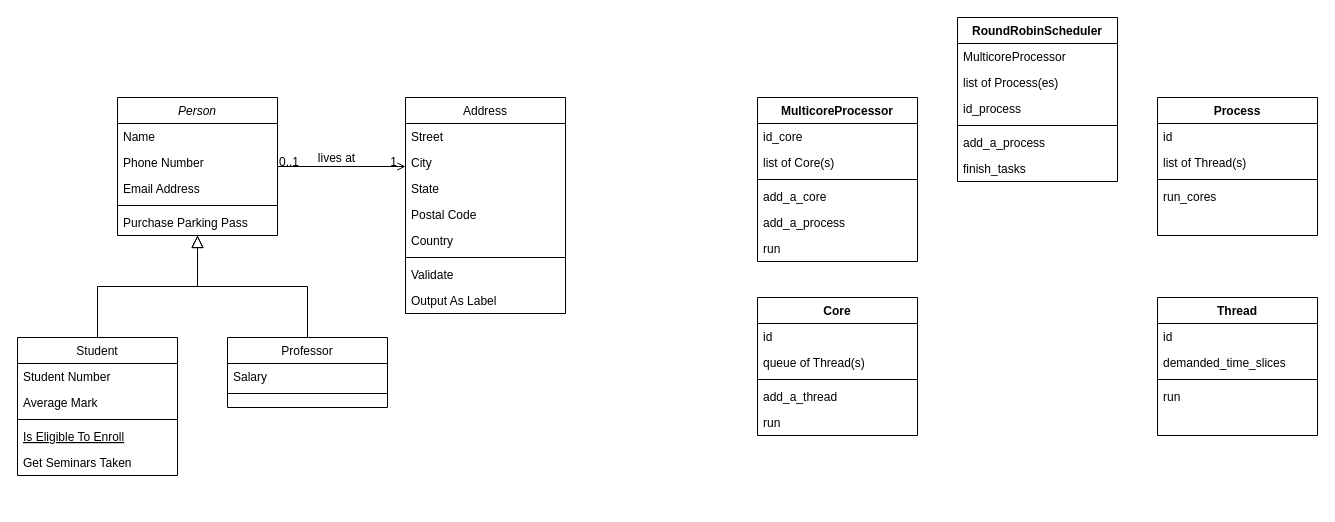
Mehrab-Farhadzadeh/AP keeps this draw.io diagram as computer_assignments/APS98-A4/APS98-A4.drawio. Above is the earlier version. Source tidied: cells renumbered, new cells numbered last; positions are measured from the earlier drawing's top-left corner, leaving out a move shared by most shapes. Both pictures are drawn from the tidied source at 100%, with x=0, y=0 at pixel (17, 17).
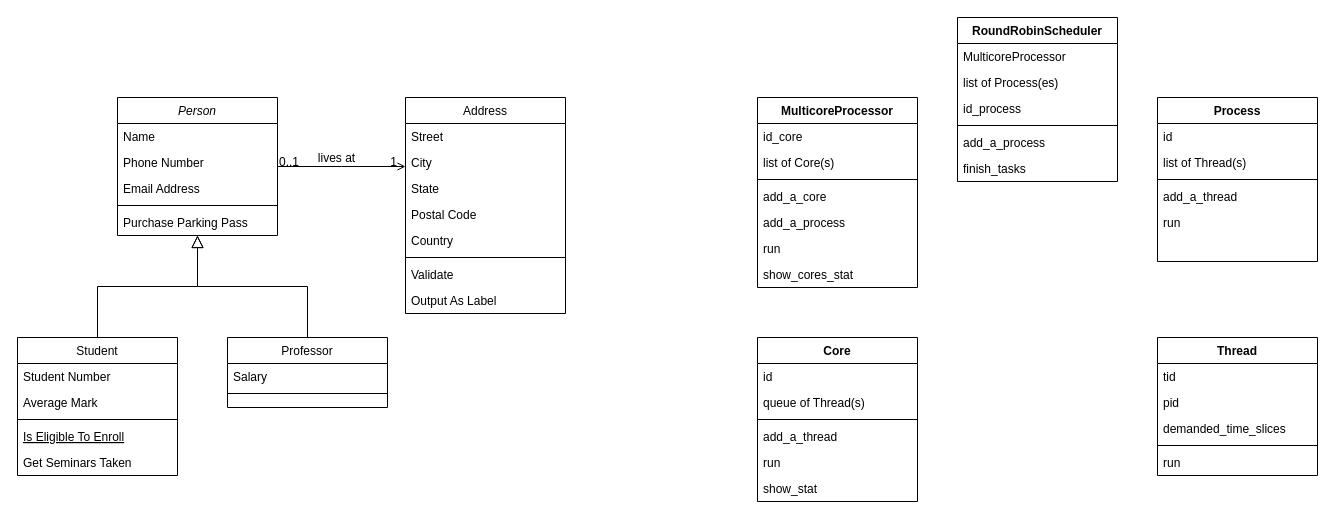
The same page after the edit.

Commit message:
Compare theory with practice :)

What changed in the source:
```diff
@@
     <mxCell id="2" value="Process" style="swimlane;fontStyle=1;align=center;verticalAlign=top;horizontal=1;startSize=26;rounded=0;shadow=0;strokeWidth=1;" parent="1" vertex="1">
-      <mxGeometry x="1140" y="80" width="160" height="138" as="geometry" />
+      <mxGeometry x="1140" y="80" width="160" height="164" as="geometry" />
     </mxCell>
@@
+    <mxCell id="62" value="add_a_thread" style="text;align=left;verticalAlign=top;spacingLeft=4;spacingRight=4;overflow=hidden;" parent="2" vertex="1">
+      <mxGeometry y="86" width="160" height="26" as="geometry" />
+    </mxCell>
-    <mxCell id="6" value="run_cores" style="text;align=left;verticalAlign=top;spacingLeft=4;spacingRight=4;overflow=hidden;" parent="2" vertex="1">
-      <mxGeometry y="86" width="160" height="26" as="geometry" />
+    <mxCell id="6" value="run" style="text;align=left;verticalAlign=top;spacingLeft=4;spacingRight=4;overflow=hidden;" parent="2" vertex="1">
+      <mxGeometry y="112" width="160" height="26" as="geometry" />
     </mxCell>
     <mxCell id="7" value="Thread" style="swimlane;fontStyle=1;align=center;verticalAlign=top;horizontal=1;startSize=26;rounded=0;shadow=0;strokeWidth=1;" parent="1" vertex="1">
-      <mxGeometry x="1140" y="280" width="160" height="138" as="geometry" />
+      <mxGeometry x="1140" y="320" width="160" height="138" as="geometry" />
     </mxCell>
+    <mxCell id="63" value="tid" style="text;align=left;verticalAlign=top;spacingLeft=4;spacingRight=4;overflow=hidden;" parent="7" vertex="1">
+      <mxGeometry y="26" width="160" height="26" as="geometry" />
+    </mxCell>
-    <mxCell id="8" value="id" style="text;align=left;verticalAlign=top;spacingLeft=4;spacingRight=4;overflow=hidden;" parent="7" vertex="1">
-      <mxGeometry y="26" width="160" height="26" as="geometry" />
+    <mxCell id="8" value="pid" style="text;align=left;verticalAlign=top;spacingLeft=4;spacingRight=4;overflow=hidden;" parent="7" vertex="1">
+      <mxGeometry y="52" width="160" height="26" as="geometry" />
     </mxCell>
     <mxCell id="9" value="demanded_time_slices" style="text;align=left;verticalAlign=top;spacingLeft=4;spacingRight=4;overflow=hidden;" parent="7" vertex="1">
-      <mxGeometry y="52" width="160" height="26" as="geometry" />
+      <mxGeometry y="78" width="160" height="26" as="geometry" />
     </mxCell>
     <mxCell id="10" style="line;html=1;strokeWidth=1;align=left;verticalAlign=middle;spacingTop=-1;spacingLeft=3;spacingRight=3;labelPosition=right;" parent="7" vertex="1">
-      <mxGeometry y="78" width="160" height="8" as="geometry" />
+      <mxGeometry y="104" width="160" height="8" as="geometry" />
     </mxCell>
     <mxCell id="11" value="run" style="text;align=left;verticalAlign=top;spacingLeft=4;spacingRight=4;overflow=hidden;" parent="7" vertex="1">
-      <mxGeometry y="86" width="160" height="26" as="geometry" />
+      <mxGeometry y="112" width="160" height="26" as="geometry" />
     </mxCell>
     <mxCell id="12" value="Core" style="swimlane;fontStyle=1;align=center;verticalAlign=top;horizontal=1;startSize=26;rounded=0;shadow=0;strokeWidth=1;" parent="1" vertex="1">
-      <mxGeometry x="740" y="280" width="160" height="138" as="geometry" />
+      <mxGeometry x="740" y="320" width="160" height="164" as="geometry" />
     </mxCell>
@@
+    <mxCell id="64" value="show_stat" style="text;align=left;verticalAlign=top;spacingLeft=4;spacingRight=4;overflow=hidden;" parent="12" vertex="1">
+      <mxGeometry y="138" width="160" height="26" as="geometry" />
+    </mxCell>
     <mxCell id="18" value="MulticoreProcessor" style="swimlane;fontStyle=1;align=center;verticalAlign=top;horizontal=1;startSize=26;rounded=0;shadow=0;strokeWidth=1;" parent="1" vertex="1">
-      <mxGeometry x="740" y="80" width="160" height="164" as="geometry" />
+      <mxGeometry x="740" y="80" width="160" height="190" as="geometry" />
     </mxCell>
@@
+    <mxCell id="65" value="show_cores_stat" style="text;align=left;verticalAlign=top;spacingLeft=4;spacingRight=4;overflow=hidden;" parent="18" vertex="1">
+      <mxGeometry y="164" width="160" height="26" as="geometry" />
+    </mxCell>
```
